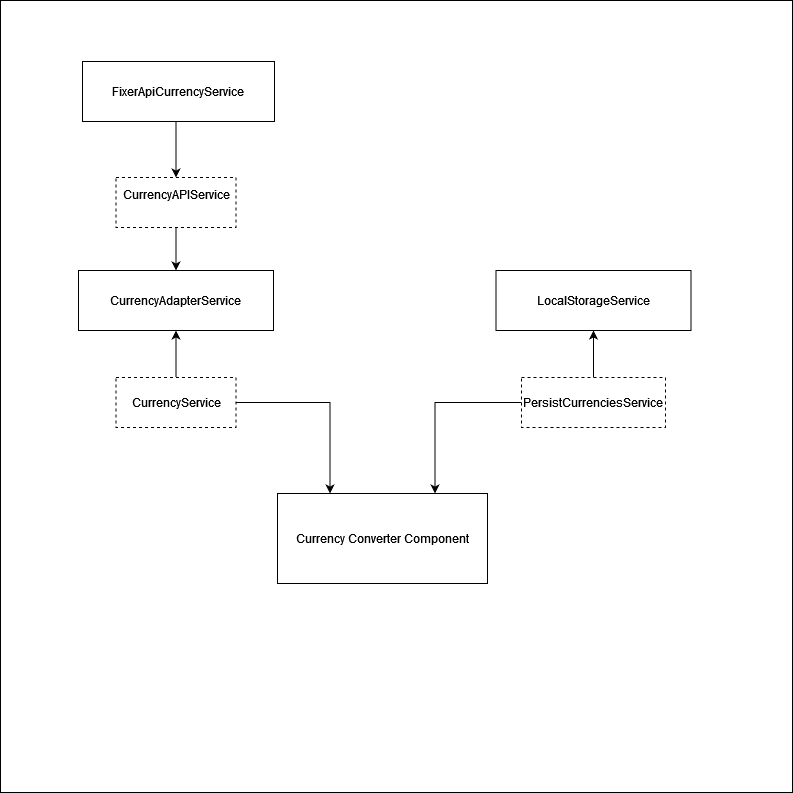
Above: diagrams/application-architecture.png in gustavoroc/currency-exchange (draw.io), before the change. Source tidied: cells renumbered, new cells last; positions are measured from the earlier drawing's top-left corner, leaving out a move shared by most shapes. Source of this version:
```xml
<mxGraphModel background="#ffffff">
  <root>
    <mxCell id="0" />
    <mxCell id="1" parent="0" />
    <mxCell id="2" value="Currency Converter Component" style="rounded=0;whiteSpace=wrap;html=1;" parent="1" vertex="1">
      <mxGeometry x="277" y="493" width="210" height="90" as="geometry" />
    </mxCell>
    <mxCell id="3" style="edgeStyle=orthogonalEdgeStyle;rounded=0;jettySize=auto;html=1;entryX=0.5;entryY=0;entryDx=0;entryDy=0;" parent="1" edge="1" source="4" target="7">
      <mxGeometry relative="1" as="geometry" />
    </mxCell>
    <mxCell id="4" value="&lt;div&gt;CurrencyAPIService&lt;/div&gt;&lt;div&gt;&lt;br&gt;&lt;/div&gt;" style="rounded=0;whiteSpace=wrap;html=1;dashed=1;" parent="1" vertex="1">
      <mxGeometry x="115.5" y="177" width="120" height="50" as="geometry" />
    </mxCell>
    <mxCell id="5" style="edgeStyle=orthogonalEdgeStyle;rounded=0;jettySize=auto;html=1;entryX=0.5;entryY=0;entryDx=0;entryDy=0;" parent="1" edge="1" target="4">
      <mxGeometry relative="1" as="geometry">
        <mxPoint x="175.5" y="78" as="sourcePoint" />
      </mxGeometry>
    </mxCell>
    <mxCell id="6" value="FixerApiCurrencyService" style="rounded=0;whiteSpace=wrap;html=1;" parent="1" vertex="1">
      <mxGeometry x="82" y="61" width="192" height="60" as="geometry" />
    </mxCell>
    <mxCell id="7" value="CurrencyAdapterService" style="rounded=0;whiteSpace=wrap;html=1;" parent="1" vertex="1">
      <mxGeometry x="78" y="270" width="195" height="60" as="geometry" />
    </mxCell>
    <mxCell id="8" style="edgeStyle=orthogonalEdgeStyle;rounded=0;jettySize=auto;html=1;" parent="1" edge="1" source="10" target="7">
      <mxGeometry relative="1" as="geometry" />
    </mxCell>
    <mxCell id="9" style="edgeStyle=orthogonalEdgeStyle;rounded=0;jettySize=auto;html=1;entryX=0.25;entryY=0;entryDx=0;entryDy=0;" parent="1" edge="1" source="10" target="2">
      <mxGeometry relative="1" as="geometry" />
    </mxCell>
    <mxCell id="10" value="CurrencyService" style="rounded=0;whiteSpace=wrap;html=1;dashed=1;" parent="1" vertex="1">
      <mxGeometry x="115.5" y="377" width="120" height="50" as="geometry" />
    </mxCell>
    <mxCell id="11" style="edgeStyle=orthogonalEdgeStyle;rounded=0;jettySize=auto;html=1;entryX=0.75;entryY=0;entryDx=0;entryDy=0;" parent="1" edge="1" source="13" target="2">
      <mxGeometry relative="1" as="geometry" />
    </mxCell>
    <mxCell id="12" style="edgeStyle=orthogonalEdgeStyle;rounded=0;jettySize=auto;html=1;entryX=0.5;entryY=1;entryDx=0;entryDy=0;" parent="1" edge="1" source="13" target="14">
      <mxGeometry relative="1" as="geometry" />
    </mxCell>
    <mxCell id="13" value="PersistCurrenciesService" style="rounded=0;whiteSpace=wrap;html=1;dashed=1;" parent="1" vertex="1">
      <mxGeometry x="521" y="377" width="144" height="50" as="geometry" />
    </mxCell>
    <mxCell id="14" value="LocalStorageService" style="rounded=0;whiteSpace=wrap;html=1;" parent="1" vertex="1">
      <mxGeometry x="495.5" y="270" width="195" height="60" as="geometry" />
    </mxCell>
    <mxCell id="15" style="whiteSpace=wrap;html=1;fillColor=none;" parent="1" vertex="1">
      <mxGeometry width="792" height="792" as="geometry" />
    </mxCell>
  </root>
</mxGraphModel>
```
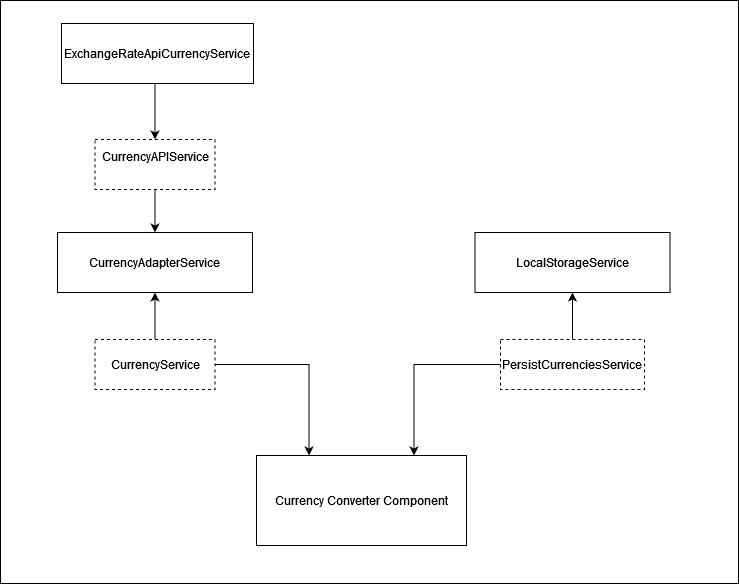
After the change.

Commit message:
chore: update app diagram

What changed in the source:
```diff
@@ -16,7 +16,7 @@
         <mxPoint x="175.5" y="78" as="sourcePoint" />
       </mxGeometry>
     </mxCell>
-    <mxCell id="6" value="FixerApiCurrencyService" style="rounded=0;whiteSpace=wrap;html=1;" parent="1" vertex="1">
+    <mxCell id="6" value="ExchangeRateApiCurrencyService" style="rounded=0;whiteSpace=wrap;html=1;" parent="1" vertex="1">
       <mxGeometry x="82" y="61" width="192" height="60" as="geometry" />
     </mxCell>
     <mxCell id="7" value="CurrencyAdapterService" style="rounded=0;whiteSpace=wrap;html=1;" parent="1" vertex="1">
@@ -43,8 +43,8 @@
     <mxCell id="14" value="LocalStorageService" style="rounded=0;whiteSpace=wrap;html=1;" parent="1" vertex="1">
       <mxGeometry x="495.5" y="270" width="195" height="60" as="geometry" />
     </mxCell>
-    <mxCell id="15" style="whiteSpace=wrap;html=1;fillColor=none;" parent="1" vertex="1">
-      <mxGeometry width="792" height="792" as="geometry" />
-    </mxCell>
+    <mxCell id="16" style="rounded=0;whiteSpace=wrap;html=1;fillColor=none;" parent="1" vertex="1">
+      <mxGeometry x="21" y="38" width="738" height="583" as="geometry" />
+    </mxCell>
   </root>
 </mxGraphModel>
```
